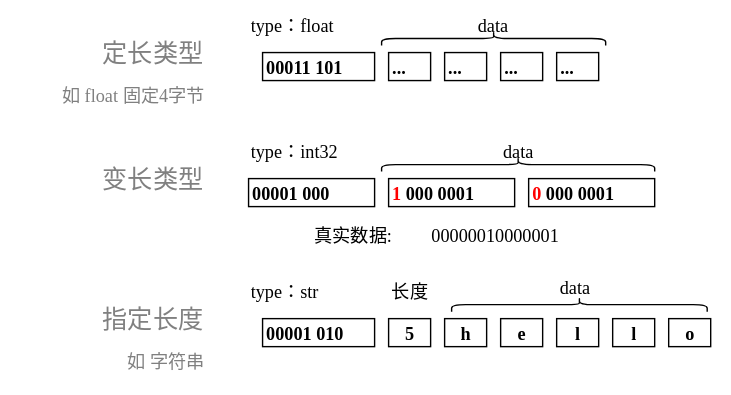
weditor/document keeps this draw.io diagram as _static/images/serialize/protobuf-example.svg. Above is the earlier version. Source tidied: cells renumbered, new cells last; positions are measured from the earlier drawing's top-left corner, leaving out a move shared by most shapes.
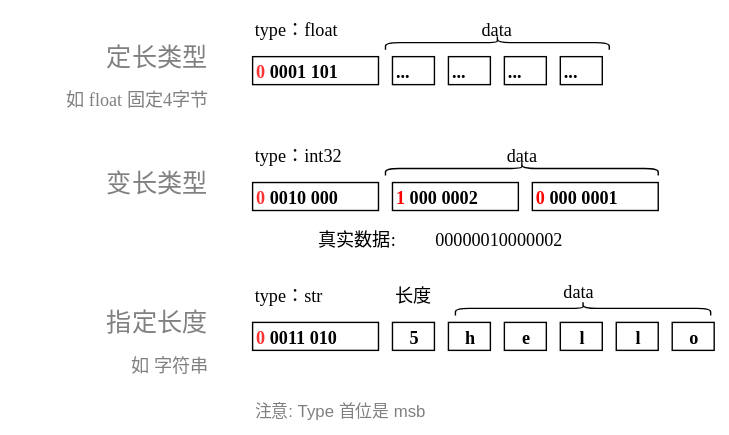
Later version of the same file.

Change to the diagram source:
```diff
@@ -5,8 +5,8 @@
     <mxCell id="2" value="..." style="rounded=0;whiteSpace=wrap;html=1;fillColor=#ffffff;align=left;fontStyle=1;fontSize=13;fontFamily=Lucida Console;" parent="1" vertex="1">
       <mxGeometry x="270" y="90" width="30" height="20" as="geometry" />
     </mxCell>
-    <mxCell id="3" value="00011 101" style="rounded=0;whiteSpace=wrap;html=1;fillColor=#ffffff;align=left;fontStyle=1;fontSize=13;fontFamily=Lucida Console;" parent="1" vertex="1">
-      <mxGeometry x="180" y="90" width="80" height="20" as="geometry" />
+    <mxCell id="3" value="&lt;font color=&quot;#ff3333&quot;&gt;0&lt;/font&gt; 0001 101" style="rounded=0;whiteSpace=wrap;html=1;fillColor=#ffffff;align=left;fontStyle=1;fontSize=13;fontFamily=Lucida Console;" parent="1" vertex="1">
+      <mxGeometry x="170" y="90" width="90" height="20" as="geometry" />
     </mxCell>
     <mxCell id="4" value="type：float" style="text;html=1;strokeColor=none;fillColor=none;align=left;verticalAlign=middle;whiteSpace=wrap;rounded=0;fontFamily=Lucida Console;fontSize=13;" parent="1" vertex="1">
       <mxGeometry x="170" y="60" width="90" height="20" as="geometry" />
@@ -32,10 +32,10 @@
     <mxCell id="11" value="data" style="text;html=1;strokeColor=none;fillColor=none;align=center;verticalAlign=middle;whiteSpace=wrap;rounded=0;fontFamily=Lucida Console;fontSize=13;" parent="1" vertex="1">
       <mxGeometry x="300" y="60" width="90" height="20" as="geometry" />
     </mxCell>
-    <mxCell id="12" value="&lt;font color=&quot;#ff0000&quot;&gt;1&lt;/font&gt; 000 0001" style="rounded=0;whiteSpace=wrap;html=1;fillColor=#ffffff;align=left;fontStyle=1;fontSize=13;fontFamily=Lucida Console;" parent="1" vertex="1">
+    <mxCell id="12" value="&lt;font color=&quot;#ff0000&quot;&gt;1&lt;/font&gt; 000 0002" style="rounded=0;whiteSpace=wrap;html=1;fillColor=#ffffff;align=left;fontStyle=1;fontSize=13;fontFamily=Lucida Console;" parent="1" vertex="1">
       <mxGeometry x="270" y="180" width="90" height="20" as="geometry" />
     </mxCell>
-    <mxCell id="13" value="00001 000" style="rounded=0;whiteSpace=wrap;html=1;fillColor=#ffffff;align=left;fontStyle=1;fontSize=13;fontFamily=Lucida Console;" parent="1" vertex="1">
+    <mxCell id="13" value="&lt;font color=&quot;#ff3333&quot;&gt;0&lt;/font&gt; 0010 000" style="rounded=0;whiteSpace=wrap;html=1;fillColor=#ffffff;align=left;fontStyle=1;fontSize=13;fontFamily=Lucida Console;" parent="1" vertex="1">
       <mxGeometry x="170" y="180" width="90" height="20" as="geometry" />
     </mxCell>
     <mxCell id="14" value="type：int32" style="text;html=1;strokeColor=none;fillColor=none;align=left;verticalAlign=middle;whiteSpace=wrap;rounded=0;fontFamily=Lucida Console;fontSize=13;" parent="1" vertex="1">
@@ -56,14 +56,14 @@
     <mxCell id="19" value="真实数据:" style="text;html=1;strokeColor=none;fillColor=none;align=center;verticalAlign=middle;whiteSpace=wrap;rounded=0;fontFamily=Lucida Console;fontSize=13;" parent="1" vertex="1">
       <mxGeometry x="210" y="210" width="70" height="20" as="geometry" />
     </mxCell>
-    <mxCell id="20" value="00000010000001" style="text;html=1;strokeColor=none;fillColor=none;align=center;verticalAlign=middle;whiteSpace=wrap;rounded=0;fontFamily=Lucida Console;fontSize=13;" parent="1" vertex="1">
+    <mxCell id="20" value="00000010000002" style="text;html=1;strokeColor=none;fillColor=none;align=center;verticalAlign=middle;whiteSpace=wrap;rounded=0;fontFamily=Lucida Console;fontSize=13;" parent="1" vertex="1">
       <mxGeometry x="273.8" y="210" width="142.5" height="20" as="geometry" />
     </mxCell>
     <mxCell id="21" value="5" style="rounded=0;whiteSpace=wrap;html=1;fillColor=#ffffff;align=center;fontStyle=1;fontSize=13;fontFamily=Lucida Console;" parent="1" vertex="1">
       <mxGeometry x="270" y="280" width="30" height="20" as="geometry" />
     </mxCell>
-    <mxCell id="22" value="00001 010" style="rounded=0;whiteSpace=wrap;html=1;fillColor=#ffffff;align=left;fontStyle=1;fontSize=13;fontFamily=Lucida Console;" parent="1" vertex="1">
-      <mxGeometry x="180" y="280" width="80" height="20" as="geometry" />
+    <mxCell id="22" value="&lt;font color=&quot;#ff3333&quot;&gt;0&lt;/font&gt; 0011 010" style="rounded=0;whiteSpace=wrap;html=1;fillColor=#ffffff;align=left;fontStyle=1;fontSize=13;fontFamily=Lucida Console;" parent="1" vertex="1">
+      <mxGeometry x="170" y="280" width="90" height="20" as="geometry" />
     </mxCell>
     <mxCell id="23" value="type：str" style="text;html=1;strokeColor=none;fillColor=none;align=left;verticalAlign=middle;whiteSpace=wrap;rounded=0;fontFamily=Lucida Console;fontSize=13;" parent="1" vertex="1">
       <mxGeometry x="170" y="250" width="90" height="20" as="geometry" />
@@ -98,5 +98,8 @@
     <mxCell id="33" value="o" style="rounded=0;whiteSpace=wrap;html=1;fillColor=#ffffff;align=center;fontStyle=1;fontSize=13;fontFamily=Lucida Console;" parent="1" vertex="1">
       <mxGeometry x="470" y="280" width="30" height="20" as="geometry" />
     </mxCell>
+    <mxCell id="34" value="注意: Type 首位是 msb&amp;nbsp;" style="text;html=1;strokeColor=none;fillColor=none;align=left;verticalAlign=top;whiteSpace=wrap;rounded=0;fontColor=#808080;" parent="1" vertex="1">
+      <mxGeometry x="170" y="330" width="150" height="20" as="geometry" />
+    </mxCell>
   </root>
 </mxGraphModel>
```
